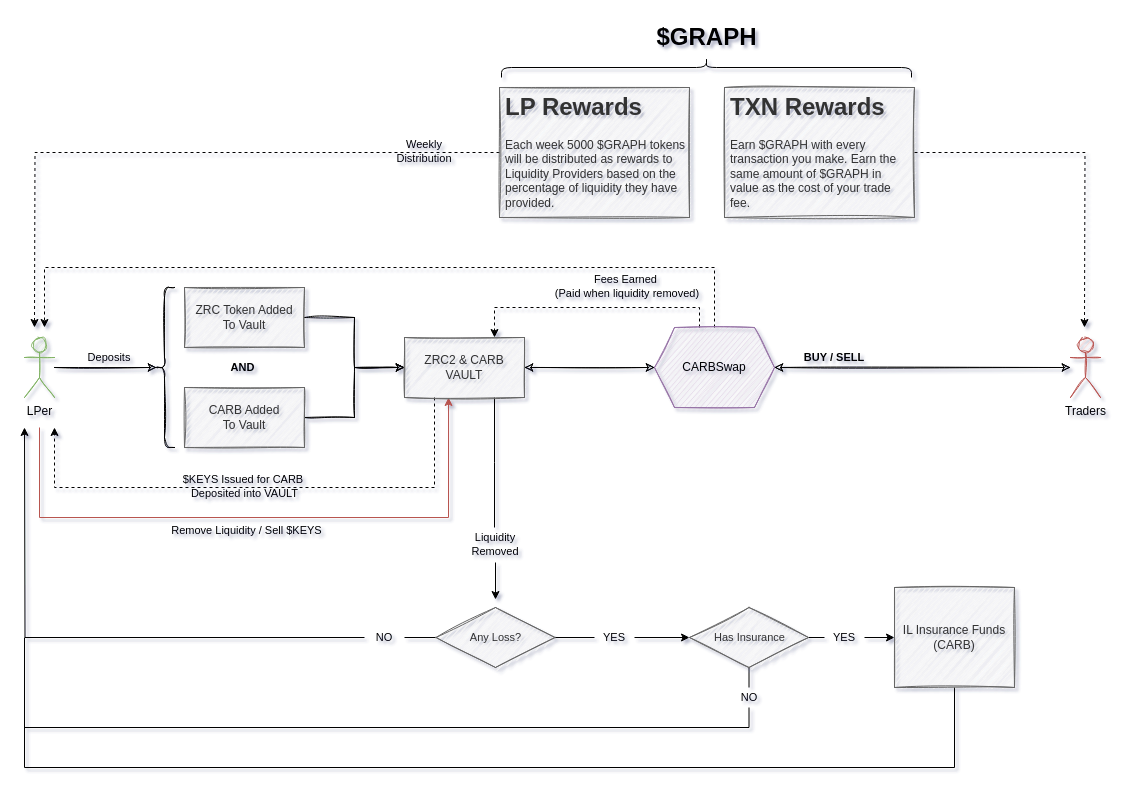
Above: CarbSwapGraph.drawio in Carbon-Labs/Diagrams (draw.io), before the change. Source tidied: cells renumbered, new cells numbered last; positions are measured from the earlier drawing's top-left corner, leaving out a move shared by most shapes. Both pictures are drawn from the tidied source at 100%, with x=0, y=0 at pixel (24, -138).
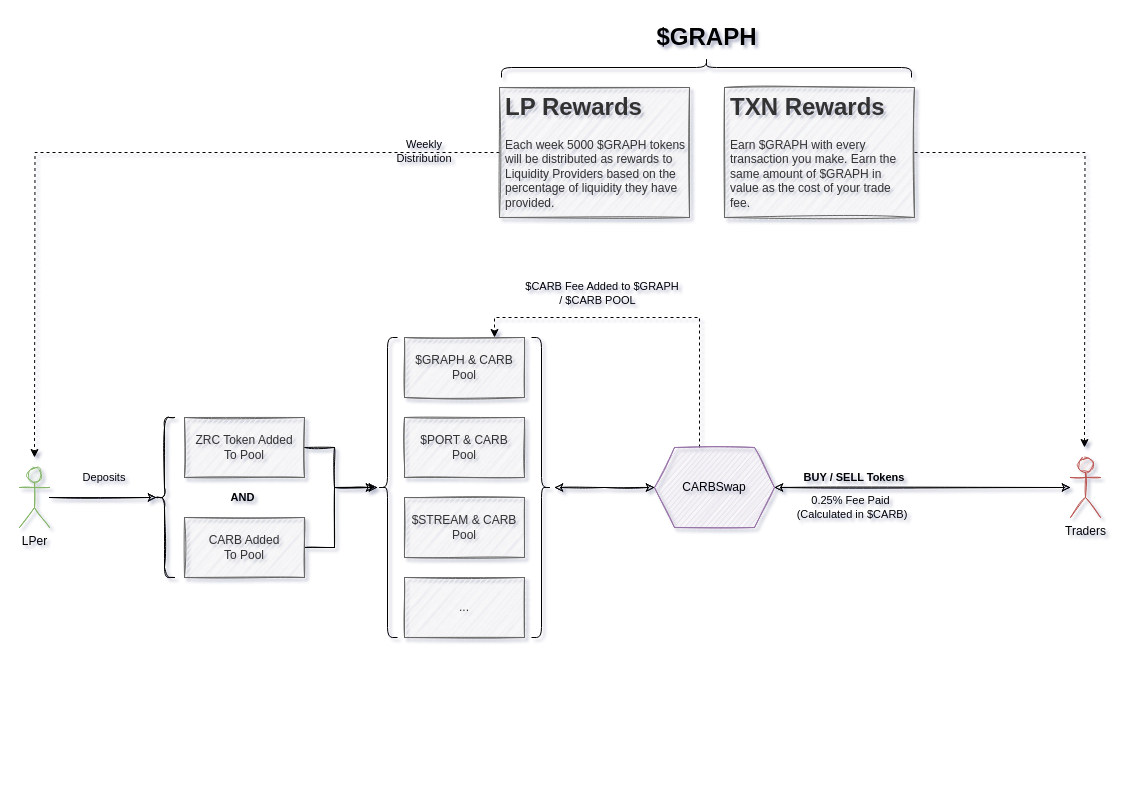
The same diagram, later.

The change refers to these unchanged cells:
```xml
<mxCell id="10" value="&lt;h1&gt;LP Rewards&lt;/h1&gt;&lt;p&gt;Each week 5000 $GRAPH tokens will be distributed as rewards to Liquidity Providers based on the percentage of liquidity they have provided.&lt;br&gt;&lt;br&gt;&lt;/p&gt;" style="text;html=1;strokeColor=#666666;fillColor=#f5f5f5;spacing=5;spacingTop=-20;whiteSpace=wrap;overflow=hidden;rounded=0;sketch=1;fontColor=#333333;spacingLeft=1;spacingRight=0;" parent="1" vertex="1">
  <mxGeometry x="475" y="225" width="190" height="130" as="geometry" />
</mxCell>
<mxCell id="48" value="&lt;h1&gt;TXN Rewards&lt;/h1&gt;&lt;p&gt;Earn $GRAPH with every transaction you make. Earn the same amount of $GRAPH in value as the cost of your trade fee.&lt;br&gt;&lt;br&gt;&lt;/p&gt;" style="text;html=1;strokeColor=#666666;fillColor=#f5f5f5;spacing=5;spacingTop=-20;whiteSpace=wrap;overflow=hidden;rounded=0;sketch=1;fontColor=#333333;spacingLeft=1;spacingRight=0;" parent="1" vertex="1">
  <mxGeometry x="700" y="225" width="190" height="130" as="geometry" />
</mxCell>
```

What changed in the source:
```diff
@@
-    <mxCell id="2" style="edgeStyle=orthogonalEdgeStyle;rounded=0;sketch=1;jettySize=auto;html=1;exitX=1;exitY=0.5;exitDx=0;exitDy=0;entryX=0;entryY=0.5;entryDx=0;entryDy=0;fontSize=11;" parent="1" edge="1" source="3" target="21">
-      <mxGeometry relative="1" as="geometry" />
-    </mxCell>
+    <mxCell id="51" style="edgeStyle=orthogonalEdgeStyle;rounded=0;sketch=1;jettySize=auto;html=1;exitX=1;exitY=0.5;exitDx=0;exitDy=0;fontSize=12;" parent="1" edge="1" source="3">
+      <mxGeometry relative="1" as="geometry">
+        <mxPoint x="350" y="625" as="targetPoint" />
+        <Array as="points">
+          <mxPoint x="310" y="585" />
+          <mxPoint x="310" y="625" />
+        </Array>
+      </mxGeometry>
+    </mxCell>
-    <mxCell id="3" value="ZRC Token Added&lt;br&gt;To Vault" style="rounded=0;whiteSpace=wrap;html=1;sketch=1;fillColor=#f5f5f5;strokeColor=#666666;fontColor=#333333;" parent="1" vertex="1">
-      <mxGeometry x="160" y="425" width="120" height="60" as="geometry" />
+    <mxCell id="3" value="ZRC Token Added&lt;br&gt;To Pool" style="rounded=0;whiteSpace=wrap;html=1;sketch=1;fillColor=#f5f5f5;strokeColor=#666666;fontColor=#333333;" parent="1" vertex="1">
+      <mxGeometry x="160" y="555" width="120" height="60" as="geometry" />
     </mxCell>
@@
-    <mxCell id="6" style="edgeStyle=orthogonalEdgeStyle;rounded=0;sketch=0;jettySize=auto;html=1;exitX=0.5;exitY=0;exitDx=0;exitDy=0;shadow=0;fontSize=11;startArrow=none;startFill=0;dashed=1;" parent="1" edge="1" source="7">
-      <mxGeometry relative="1" as="geometry">
-        <mxPoint x="20" y="465" as="targetPoint" />
-        <Array as="points">
-          <mxPoint x="690" y="405" />
-          <mxPoint x="20" y="405" />
-        </Array>
-      </mxGeometry>
-    </mxCell>
+    <mxCell id="52" style="edgeStyle=orthogonalEdgeStyle;rounded=0;sketch=1;jettySize=auto;html=1;exitX=0;exitY=0.5;exitDx=0;exitDy=0;fontSize=12;startArrow=classic;startFill=1;" parent="1" edge="1" source="7">
+      <mxGeometry relative="1" as="geometry">
+        <mxPoint x="530" y="625" as="targetPoint" />
+      </mxGeometry>
+    </mxCell>
     <mxCell id="7" value="CARBSwap" style="shape=hexagon;perimeter=hexagonPerimeter2;whiteSpace=wrap;html=1;fixedSize=1;sketch=1;fillColor=#e1d5e7;strokeColor=#9673a6;shadow=0;rounded=0;" parent="1" vertex="1">
-      <mxGeometry x="630" y="465" width="120" height="80" as="geometry" />
+      <mxGeometry x="630" y="585" width="120" height="80" as="geometry" />
     </mxCell>
@@
     <mxCell id="9" style="edgeStyle=orthogonalEdgeStyle;rounded=0;sketch=0;jettySize=auto;html=1;exitX=0;exitY=0.5;exitDx=0;exitDy=0;shadow=0;dashed=1;fontSize=11;" parent="1" edge="1" source="10">
       <mxGeometry relative="1" as="geometry">
-        <mxPoint x="10" y="465" as="targetPoint" />
+        <mxPoint x="10" y="595" as="targetPoint" />
       </mxGeometry>
     </mxCell>
@@
     <mxCell id="11" style="shape=curlyBracket;whiteSpace=wrap;html=1;rounded=1;sketch=1;" parent="1" vertex="1">
-      <mxGeometry x="130" y="425" width="20" height="160" as="geometry" />
+      <mxGeometry x="130" y="555" width="20" height="160" as="geometry" />
     </mxCell>
@@
-    <mxCell id="13" style="edgeStyle=orthogonalEdgeStyle;rounded=0;sketch=0;jettySize=auto;html=1;entryX=0.367;entryY=1;entryDx=0;entryDy=0;entryPerimeter=0;shadow=0;fontSize=11;startArrow=none;startFill=0;fillColor=#f8cecc;strokeColor=#b85450;" parent="1" edge="1" target="21">
-      <mxGeometry relative="1" as="geometry">
-        <mxPoint x="15" y="565" as="sourcePoint" />
-        <Array as="points">
-          <mxPoint x="15" y="655" />
-          <mxPoint x="424" y="655" />
-        </Array>
-      </mxGeometry>
-    </mxCell>
     <mxCell id="14" value="LPer" style="shape=umlActor;verticalLabelPosition=bottom;verticalAlign=top;html=1;outlineConnect=0;sketch=1;fillColor=#d5e8d4;strokeColor=#82b366;" parent="1" vertex="1">
-      <mxGeometry y="475" width="30" height="60" as="geometry" />
+      <mxGeometry x="-5" y="605" width="30" height="60" as="geometry" />
     </mxCell>
-    <mxCell id="15" style="edgeStyle=orthogonalEdgeStyle;rounded=0;sketch=1;jettySize=auto;html=1;exitX=1;exitY=0.5;exitDx=0;exitDy=0;entryX=0;entryY=0.5;entryDx=0;entryDy=0;fontSize=11;" parent="1" edge="1" source="16" target="21">
-      <mxGeometry relative="1" as="geometry" />
-    </mxCell>
+    <mxCell id="53" style="edgeStyle=orthogonalEdgeStyle;rounded=0;sketch=1;jettySize=auto;html=1;exitX=1;exitY=0.5;exitDx=0;exitDy=0;fontSize=12;" parent="1" edge="1" source="16" target="58">
+      <mxGeometry relative="1" as="geometry">
+        <Array as="points">
+          <mxPoint x="310" y="685" />
+          <mxPoint x="310" y="625" />
+        </Array>
+      </mxGeometry>
+    </mxCell>
-    <mxCell id="16" value="CARB Added&lt;br&gt;To Vault" style="rounded=0;whiteSpace=wrap;html=1;sketch=1;fillColor=#f5f5f5;strokeColor=#666666;fontColor=#333333;" parent="1" vertex="1">
-      <mxGeometry x="160" y="525" width="120" height="60" as="geometry" />
+    <mxCell id="16" value="CARB Added&lt;br&gt;To Pool" style="rounded=0;whiteSpace=wrap;html=1;sketch=1;fillColor=#f5f5f5;strokeColor=#666666;fontColor=#333333;" parent="1" vertex="1">
+      <mxGeometry x="160" y="655" width="120" height="60" as="geometry" />
     </mxCell>
-    <mxCell id="17" style="edgeStyle=orthogonalEdgeStyle;rounded=0;sketch=1;jettySize=auto;html=1;exitX=1;exitY=0.5;exitDx=0;exitDy=0;entryX=0;entryY=0.5;entryDx=0;entryDy=0;fontSize=11;startArrow=classic;startFill=1;" parent="1" edge="1" source="21" target="7">
-      <mxGeometry relative="1" as="geometry" />
-    </mxCell>
-    <mxCell id="18" style="edgeStyle=orthogonalEdgeStyle;rounded=0;sketch=0;jettySize=auto;html=1;exitX=0.25;exitY=1;exitDx=0;exitDy=0;fontSize=11;dashed=1;" parent="1" edge="1" source="21">
-      <mxGeometry relative="1" as="geometry">
-        <mxPoint x="30" y="565" as="targetPoint" />
-        <Array as="points">
-          <mxPoint x="410" y="625" />
-          <mxPoint x="30" y="625" />
-          <mxPoint x="30" y="565" />
-        </Array>
-      </mxGeometry>
-    </mxCell>
-    <mxCell id="19" value="$KEYS Issued for CARB&amp;nbsp;&lt;br&gt;Deposited into VAULT" style="edgeLabel;html=1;align=center;verticalAlign=middle;fontSize=11;labelBackgroundColor=none;" parent="18" vertex="1">
-      <mxGeometry x="0.06" y="-2" relative="1" as="geometry" />
-    </mxCell>
-    <mxCell id="20" style="edgeStyle=orthogonalEdgeStyle;rounded=0;sketch=0;jettySize=auto;html=1;exitX=0.75;exitY=1;exitDx=0;exitDy=0;shadow=0;fontSize=11;startArrow=none;startFill=0;endArrow=none;endFill=0;" parent="1" edge="1" source="21">
-      <mxGeometry relative="1" as="geometry">
-        <mxPoint x="470" y="665" as="targetPoint" />
-      </mxGeometry>
-    </mxCell>
-    <mxCell id="21" value="ZRC2 &amp;amp; CARB VAULT" style="rounded=0;whiteSpace=wrap;html=1;sketch=1;fillColor=#f5f5f5;strokeColor=#666666;fontColor=#333333;" parent="1" vertex="1">
+    <mxCell id="21" value="$GRAPH &amp;amp; CARB Pool" style="rounded=0;whiteSpace=wrap;html=1;sketch=1;fillColor=#f5f5f5;strokeColor=#666666;fontColor=#333333;" parent="1" vertex="1">
       <mxGeometry x="380" y="475" width="120" height="60" as="geometry" />
     </mxCell>
-    <mxCell id="22" style="edgeStyle=orthogonalEdgeStyle;rounded=0;sketch=0;jettySize=auto;html=1;exitX=0.5;exitY=1;exitDx=0;exitDy=0;shadow=0;fontSize=11;startArrow=none;startFill=0;endArrow=none;endFill=0;" parent="1" edge="1" source="23">
-      <mxGeometry relative="1" as="geometry">
-        <mxPoint y="845" as="targetPoint" />
-        <Array as="points">
-          <mxPoint x="930" y="905" />
-          <mxPoint y="905" />
-        </Array>
-      </mxGeometry>
-    </mxCell>
-    <mxCell id="23" value="IL Insurance Funds&lt;br&gt;(CARB)" style="rounded=0;whiteSpace=wrap;html=1;sketch=1;fillColor=#f5f5f5;strokeColor=#666666;fontColor=#333333;" parent="1" vertex="1">
-      <mxGeometry x="870" y="725" width="120" height="100" as="geometry" />
-    </mxCell>
     <mxCell id="24" value="Deposits" style="text;html=1;strokeColor=none;fillColor=none;align=center;verticalAlign=middle;whiteSpace=wrap;rounded=0;labelBackgroundColor=none;fontSize=11;" parent="1" vertex="1">
-      <mxGeometry x="65" y="485" width="40" height="20" as="geometry" />
+      <mxGeometry x="60" y="605" width="40" height="20" as="geometry" />
     </mxCell>
     <mxCell id="25" value="AND&amp;nbsp;" style="text;html=1;strokeColor=none;fillColor=none;align=center;verticalAlign=middle;whiteSpace=wrap;rounded=0;labelBackgroundColor=none;fontSize=11;fontStyle=1;" parent="1" vertex="1">
-      <mxGeometry x="190" y="495" width="60" height="20" as="geometry" />
+      <mxGeometry x="190" y="625" width="60" height="20" as="geometry" />
     </mxCell>
@@
     <mxCell id="27" value="Traders&lt;br&gt;" style="shape=umlActor;verticalLabelPosition=bottom;verticalAlign=top;html=1;outlineConnect=0;sketch=1;fillColor=#f8cecc;strokeColor=#b85450;" parent="1" vertex="1">
-      <mxGeometry x="1046" y="475" width="30" height="60" as="geometry" />
+      <mxGeometry x="1046" y="595" width="30" height="60" as="geometry" />
     </mxCell>
-    <mxCell id="28" value="Fees Earned&amp;nbsp; &lt;br&gt;(Paid when liquidity removed)" style="text;html=1;strokeColor=none;fillColor=none;align=center;verticalAlign=middle;whiteSpace=wrap;rounded=0;labelBackgroundColor=none;fontSize=11;" parent="1" vertex="1">
-      <mxGeometry x="525" y="414" width="156" height="20" as="geometry" />
+    <mxCell id="28" value="$CARB Fee Added to $GRAPH / $CARB POOL&amp;nbsp; &amp;nbsp;" style="text;html=1;strokeColor=none;fillColor=none;align=center;verticalAlign=middle;whiteSpace=wrap;rounded=0;labelBackgroundColor=none;fontSize=11;" parent="1" vertex="1">
+      <mxGeometry x="500" y="421" width="156" height="20" as="geometry" />
     </mxCell>
-    <mxCell id="29" value="BUY / SELL" style="text;html=1;strokeColor=none;fillColor=none;align=center;verticalAlign=middle;whiteSpace=wrap;rounded=0;labelBackgroundColor=none;fontSize=11;fontStyle=1;" parent="1" vertex="1">
-      <mxGeometry x="770" y="485" width="80" height="20" as="geometry" />
+    <mxCell id="29" value="BUY / SELL Tokens" style="text;html=1;strokeColor=none;fillColor=none;align=center;verticalAlign=middle;whiteSpace=wrap;rounded=0;labelBackgroundColor=none;fontSize=11;fontStyle=1;" parent="1" vertex="1">
+      <mxGeometry x="770" y="605" width="120" height="20" as="geometry" />
     </mxCell>
-    <mxCell id="30" value="Remove Liquidity / Sell $KEYS" style="text;html=1;strokeColor=none;fillColor=none;align=center;verticalAlign=middle;whiteSpace=wrap;rounded=0;labelBackgroundColor=none;sketch=1;fontSize=11;" parent="1" vertex="1">
-      <mxGeometry x="145" y="658" width="155" height="20" as="geometry" />
-    </mxCell>
-    <mxCell id="31" style="edgeStyle=orthogonalEdgeStyle;rounded=0;sketch=0;orthogonalLoop=1;jettySize=auto;html=1;shadow=0;fontSize=11;startArrow=none;startFill=0;" parent="1" edge="1">
-      <mxGeometry relative="1" as="geometry">
-        <mxPoint x="471" y="700" as="sourcePoint" />
-        <mxPoint x="471" y="737" as="targetPoint" />
-      </mxGeometry>
-    </mxCell>
-    <mxCell id="32" value="Liquidity Removed" style="text;html=1;strokeColor=none;fillColor=none;align=center;verticalAlign=middle;whiteSpace=wrap;rounded=0;sketch=1;fontSize=11;" parent="1" vertex="1">
-      <mxGeometry x="426" y="672" width="90" height="20" as="geometry" />
-    </mxCell>
-    <mxCell id="33" style="edgeStyle=orthogonalEdgeStyle;rounded=0;sketch=0;jettySize=auto;html=1;exitX=0;exitY=0.5;exitDx=0;exitDy=0;shadow=0;fontSize=11;startArrow=none;startFill=0;endArrow=none;endFill=0;" parent="1" edge="1" source="35">
-      <mxGeometry relative="1" as="geometry">
-        <mxPoint x="380" y="775" as="targetPoint" />
-      </mxGeometry>
-    </mxCell>
-    <mxCell id="34" style="edgeStyle=orthogonalEdgeStyle;rounded=0;sketch=0;jettySize=auto;html=1;exitX=1;exitY=0.5;exitDx=0;exitDy=0;shadow=0;fontSize=11;startArrow=none;startFill=0;endArrow=none;endFill=0;" parent="1" edge="1" source="35">
-      <mxGeometry relative="1" as="geometry">
-        <mxPoint x="570" y="775" as="targetPoint" />
-      </mxGeometry>
-    </mxCell>
-    <mxCell id="35" value="Any Loss?" style="shape=rhombus;html=1;dashed=0;whitespace=wrap;perimeter=rhombusPerimeter;sketch=1;fontSize=11;verticalAlign=middle;fillColor=#f5f5f5;strokeColor=#666666;fontColor=#333333;rounded=0;" parent="1" vertex="1">
-      <mxGeometry x="411.5" y="745" width="119" height="60" as="geometry" />
-    </mxCell>
-    <mxCell id="36" style="edgeStyle=orthogonalEdgeStyle;rounded=0;sketch=0;jettySize=auto;html=1;shadow=0;fontSize=11;startArrow=none;startFill=0;endArrow=classic;endFill=1;" parent="1" edge="1" source="37">
-      <mxGeometry relative="1" as="geometry">
-        <mxPoint y="565" as="targetPoint" />
-      </mxGeometry>
-    </mxCell>
-    <mxCell id="37" value="NO" style="text;html=1;strokeColor=none;fillColor=none;align=center;verticalAlign=middle;whiteSpace=wrap;rounded=0;sketch=0;fontSize=11;" parent="1" vertex="1">
-      <mxGeometry x="340" y="765" width="40" height="20" as="geometry" />
-    </mxCell>
-    <mxCell id="38" style="edgeStyle=orthogonalEdgeStyle;rounded=0;sketch=0;jettySize=auto;html=1;exitX=1;exitY=0.5;exitDx=0;exitDy=0;entryX=0;entryY=0.5;entryDx=0;entryDy=0;shadow=0;fontSize=11;startArrow=none;startFill=0;endArrow=classic;endFill=1;" parent="1" edge="1" source="39" target="43">
-      <mxGeometry relative="1" as="geometry" />
-    </mxCell>
-    <mxCell id="39" value="YES" style="text;html=1;strokeColor=none;fillColor=none;align=center;verticalAlign=middle;whiteSpace=wrap;rounded=0;sketch=0;fontSize=11;" parent="1" vertex="1">
-      <mxGeometry x="570" y="765" width="40" height="20" as="geometry" />
-    </mxCell>
-    <mxCell id="40" style="edgeStyle=orthogonalEdgeStyle;rounded=0;sketch=0;jettySize=auto;html=1;shadow=0;fontSize=11;startArrow=none;startFill=0;endArrow=none;endFill=0;exitX=0.5;exitY=1;exitDx=0;exitDy=0;" parent="1" edge="1" source="44">
-      <mxGeometry relative="1" as="geometry">
-        <mxPoint y="775" as="targetPoint" />
-        <Array as="points">
-          <mxPoint x="725" y="865" />
-          <mxPoint y="865" />
-        </Array>
-      </mxGeometry>
-    </mxCell>
-    <mxCell id="41" style="edgeStyle=orthogonalEdgeStyle;rounded=0;sketch=0;jettySize=auto;html=1;exitX=0.5;exitY=1;exitDx=0;exitDy=0;entryX=0.5;entryY=0;entryDx=0;entryDy=0;shadow=0;fontSize=11;startArrow=none;startFill=0;endArrow=none;endFill=0;" parent="1" edge="1" source="43" target="44">
-      <mxGeometry relative="1" as="geometry" />
-    </mxCell>
-    <mxCell id="42" style="edgeStyle=orthogonalEdgeStyle;rounded=0;sketch=0;jettySize=auto;html=1;exitX=1;exitY=0.5;exitDx=0;exitDy=0;entryX=0;entryY=0.5;entryDx=0;entryDy=0;shadow=0;fontSize=11;startArrow=none;startFill=0;endArrow=none;endFill=0;" parent="1" edge="1" source="43" target="46">
-      <mxGeometry relative="1" as="geometry" />
-    </mxCell>
-    <mxCell id="43" value="Has Insurance" style="shape=rhombus;html=1;dashed=0;whitespace=wrap;perimeter=rhombusPerimeter;sketch=1;fontSize=11;verticalAlign=middle;fillColor=#f5f5f5;strokeColor=#666666;fontColor=#333333;shadow=0;" parent="1" vertex="1">
-      <mxGeometry x="665" y="745" width="119" height="60" as="geometry" />
-    </mxCell>
-    <mxCell id="44" value="NO" style="text;html=1;strokeColor=none;fillColor=none;align=center;verticalAlign=middle;whiteSpace=wrap;rounded=0;sketch=0;fontSize=11;" parent="1" vertex="1">
-      <mxGeometry x="704.5" y="825" width="40" height="20" as="geometry" />
-    </mxCell>
-    <mxCell id="45" style="edgeStyle=orthogonalEdgeStyle;rounded=0;sketch=0;jettySize=auto;html=1;exitX=1;exitY=0.5;exitDx=0;exitDy=0;entryX=0;entryY=0.5;entryDx=0;entryDy=0;shadow=0;fontSize=11;startArrow=none;startFill=0;endArrow=classic;endFill=1;" parent="1" edge="1" source="46" target="23">
-      <mxGeometry relative="1" as="geometry" />
-    </mxCell>
-    <mxCell id="46" value="YES" style="text;html=1;strokeColor=none;fillColor=none;align=center;verticalAlign=middle;whiteSpace=wrap;rounded=0;sketch=0;fontSize=11;" parent="1" vertex="1">
-      <mxGeometry x="800" y="765" width="40" height="20" as="geometry" />
-    </mxCell>
     <mxCell id="47" style="edgeStyle=orthogonalEdgeStyle;rounded=0;jettySize=auto;html=1;exitX=1;exitY=0.5;exitDx=0;exitDy=0;fontSize=12;dashed=1;" parent="1" edge="1" source="48">
       <mxGeometry relative="1" as="geometry">
-        <mxPoint x="1060" y="465" as="targetPoint" />
+        <mxPoint x="1060" y="585" as="targetPoint" />
       </mxGeometry>
     </mxCell>
@@
+    <mxCell id="54" value="$PORT &amp;amp; CARB&lt;br&gt;Pool" style="rounded=0;whiteSpace=wrap;html=1;sketch=1;fillColor=#f5f5f5;strokeColor=#666666;fontColor=#333333;" parent="1" vertex="1">
+      <mxGeometry x="380" y="555" width="120" height="60" as="geometry" />
+    </mxCell>
+    <mxCell id="55" value="$STREAM &amp;amp; CARB&lt;br&gt;Pool" style="rounded=0;whiteSpace=wrap;html=1;sketch=1;fillColor=#f5f5f5;strokeColor=#666666;fontColor=#333333;" parent="1" vertex="1">
+      <mxGeometry x="380" y="635" width="120" height="60" as="geometry" />
+    </mxCell>
+    <mxCell id="56" value="..." style="rounded=0;whiteSpace=wrap;html=1;sketch=1;fillColor=#f5f5f5;strokeColor=#666666;fontColor=#333333;" parent="1" vertex="1">
+      <mxGeometry x="380" y="715" width="120" height="60" as="geometry" />
+    </mxCell>
+    <mxCell id="57" value="0.25% Fee Paid&amp;nbsp;&lt;br&gt;(Calculated in $CARB)" style="text;html=1;strokeColor=none;fillColor=none;align=center;verticalAlign=middle;whiteSpace=wrap;rounded=0;labelBackgroundColor=none;fontSize=11;" parent="1" vertex="1">
+      <mxGeometry x="750" y="635" width="156" height="20" as="geometry" />
+    </mxCell>
+    <mxCell id="58" style="shape=curlyBracket;whiteSpace=wrap;html=1;rounded=1;fontSize=12;align=left;" parent="1" vertex="1">
+      <mxGeometry x="353" y="475" width="20" height="300" as="geometry" />
+    </mxCell>
+    <mxCell id="59" style="shape=curlyBracket;whiteSpace=wrap;html=1;rounded=1;flipH=1;fontSize=12;align=left;" parent="1" vertex="1">
+      <mxGeometry x="507" y="475" width="20" height="300" as="geometry" />
+    </mxCell>
```
